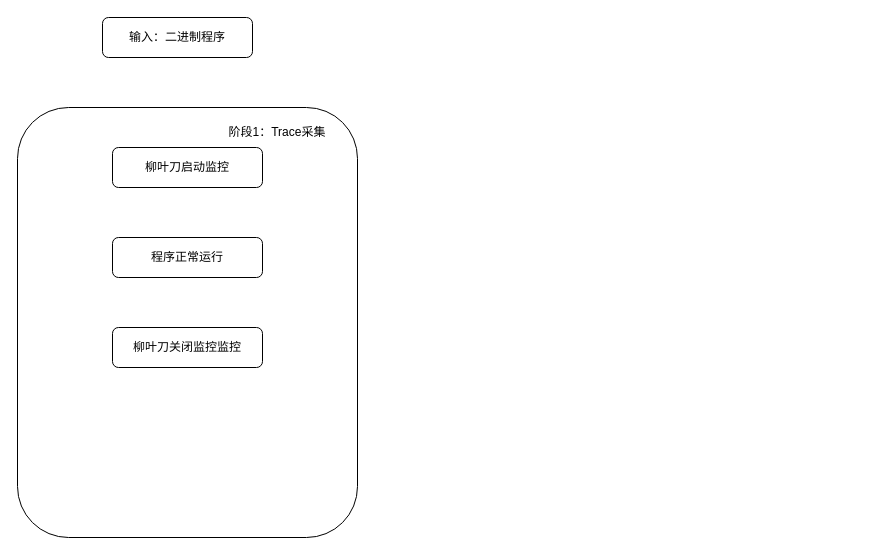
The draw.io diagram MindMap/Trace模块.drawio in hourhl/Draw-io, before the edit. Source tidied: cells renumbered, new cells numbered last; positions are measured from the earlier drawing's top-left corner, leaving out a move shared by most shapes. Both pictures are drawn from the tidied source at 100%, with x=0, y=0 at pixel (17, 17).
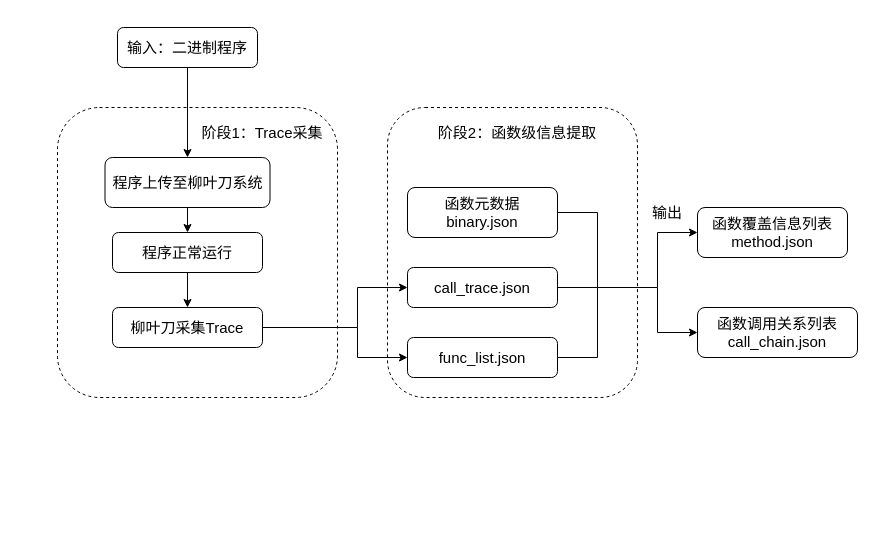
The same diagram, later.

Change to the diagram source:
```diff
@@
-    <mxCell id="2" value="输入：二进制程序" style="rounded=1;whiteSpace=wrap;html=1;" parent="1" vertex="1">
-      <mxGeometry x="85" width="150" height="40" as="geometry" />
+    <mxCell id="2" value="&lt;font style=&quot;font-size: 15px;&quot;&gt;输入：二进制程序&lt;/font&gt;" style="rounded=1;whiteSpace=wrap;html=1;" parent="1" vertex="1">
+      <mxGeometry x="100" y="10" width="140" height="40" as="geometry" />
     </mxCell>
-    <mxCell id="3" style="rounded=1;whiteSpace=wrap;html=1;" parent="1" vertex="1">
-      <mxGeometry y="90" width="340" height="430" as="geometry" />
+    <mxCell id="3" style="rounded=1;whiteSpace=wrap;html=1;dashed=1;strokeWidth=1;" parent="1" vertex="1">
+      <mxGeometry x="40" y="90" width="280" height="290" as="geometry" />
     </mxCell>
-    <mxCell id="4" value="阶段1：Trace采集" style="text;html=1;whiteSpace=wrap;strokeColor=none;fillColor=none;align=center;verticalAlign=middle;rounded=0;" parent="1" vertex="1">
-      <mxGeometry x="200" y="100" width="120" height="30" as="geometry" />
+    <mxCell id="4" value="&lt;font style=&quot;font-size: 15px;&quot;&gt;阶段1：Trace采集&lt;/font&gt;" style="text;html=1;whiteSpace=wrap;strokeColor=none;fillColor=none;align=center;verticalAlign=middle;rounded=0;" parent="1" vertex="1">
+      <mxGeometry x="180" y="100" width="130" height="30" as="geometry" />
     </mxCell>
-    <mxCell id="5" value="柳叶刀启动监控" style="rounded=1;whiteSpace=wrap;html=1;" parent="1" vertex="1">
-      <mxGeometry x="95" y="130" width="150" height="40" as="geometry" />
+    <mxCell id="5" value="&lt;font style=&quot;font-size: 15px;&quot;&gt;程序上传至柳叶刀系统&lt;/font&gt;" style="rounded=1;whiteSpace=wrap;html=1;" parent="1" vertex="1">
+      <mxGeometry x="87.5" y="140" width="165" height="50" as="geometry" />
     </mxCell>
-    <mxCell id="6" value="程序正常运行" style="rounded=1;whiteSpace=wrap;html=1;" parent="1" vertex="1">
-      <mxGeometry x="95" y="220" width="150" height="40" as="geometry" />
+    <mxCell id="6" value="&lt;font style=&quot;font-size: 15px;&quot;&gt;程序正常运行&lt;/font&gt;" style="rounded=1;whiteSpace=wrap;html=1;" parent="1" vertex="1">
+      <mxGeometry x="95" y="215" width="150" height="40" as="geometry" />
     </mxCell>
-    <mxCell id="7" value="柳叶刀关闭监控监控" style="rounded=1;whiteSpace=wrap;html=1;" parent="1" vertex="1">
-      <mxGeometry x="95" y="310" width="150" height="40" as="geometry" />
+    <mxCell id="7" value="&lt;font style=&quot;font-size: 15px;&quot;&gt;柳叶刀采集Trace&lt;/font&gt;" style="rounded=1;whiteSpace=wrap;html=1;" parent="1" vertex="1">
+      <mxGeometry x="95" y="290" width="150" height="40" as="geometry" />
     </mxCell>
+    <mxCell id="8" style="rounded=1;whiteSpace=wrap;html=1;dashed=1;" parent="1" vertex="1">
+      <mxGeometry x="370" y="90" width="250" height="290" as="geometry" />
+    </mxCell>
+    <mxCell id="9" value="&lt;font style=&quot;font-size: 15px;&quot;&gt;函数元数据&lt;/font&gt;&lt;div&gt;&lt;font style=&quot;font-size: 15px;&quot;&gt;binary.json&lt;/font&gt;&lt;/div&gt;" style="rounded=1;whiteSpace=wrap;html=1;" parent="1" vertex="1">
+      <mxGeometry x="390" y="170" width="150" height="50" as="geometry" />
+    </mxCell>
+    <mxCell id="10" value="&lt;font style=&quot;font-size: 15px;&quot;&gt;func_list.json&lt;/font&gt;" style="rounded=1;whiteSpace=wrap;html=1;" parent="1" vertex="1">
+      <mxGeometry x="390" y="320" width="150" height="40" as="geometry" />
+    </mxCell>
+    <mxCell id="11" value="&lt;font style=&quot;font-size: 15px;&quot;&gt;call_trace.json&lt;/font&gt;" style="rounded=1;whiteSpace=wrap;html=1;" parent="1" vertex="1">
+      <mxGeometry x="390" y="250" width="150" height="40" as="geometry" />
+    </mxCell>
+    <mxCell id="12" value="&lt;font style=&quot;font-size: 15px;&quot;&gt;阶段2：函数级信息提取&lt;/font&gt;" style="text;html=1;whiteSpace=wrap;strokeColor=none;fillColor=none;align=center;verticalAlign=middle;rounded=0;" parent="1" vertex="1">
+      <mxGeometry x="405" y="100" width="190" height="30" as="geometry" />
+    </mxCell>
+    <mxCell id="13" value="&lt;font style=&quot;font-size: 15px;&quot;&gt;函数覆盖信息列表&lt;/font&gt;&lt;div&gt;&lt;span style=&quot;font-size: 15px;&quot;&gt;method.json&lt;/span&gt;&lt;/div&gt;" style="rounded=1;whiteSpace=wrap;html=1;" parent="1" vertex="1">
+      <mxGeometry x="680" y="190" width="150" height="50" as="geometry" />
+    </mxCell>
+    <mxCell id="14" value="&lt;div&gt;&lt;span style=&quot;font-size: 15px;&quot;&gt;函数调用关系列&lt;/span&gt;&lt;span style=&quot;background-color: transparent; font-size: 15px; color: light-dark(rgb(0, 0, 0), rgb(255, 255, 255));&quot;&gt;表&lt;/span&gt;&lt;/div&gt;&lt;div&gt;&lt;span style=&quot;font-size: 15px; background-color: transparent; color: light-dark(rgb(0, 0, 0), rgb(255, 255, 255));&quot;&gt;call_chain.json&lt;/span&gt;&lt;/div&gt;" style="rounded=1;whiteSpace=wrap;html=1;" parent="1" vertex="1">
+      <mxGeometry x="680" y="290" width="160" height="50" as="geometry" />
+    </mxCell>
+    <mxCell id="15" style="endArrow=classic;html=1;rounded=0;exitX=0.5;exitY=1;exitDx=0;exitDy=0;" parent="1" edge="1" source="2" target="5">
+      <mxGeometry relative="1" as="geometry" />
+    </mxCell>
+    <mxCell id="16" style="endArrow=classic;html=1;rounded=0;exitX=0.5;exitY=1;exitDx=0;exitDy=0;entryX=0.5;entryY=0;entryDx=0;entryDy=0;" parent="1" edge="1" source="5" target="6">
+      <mxGeometry relative="1" as="geometry" />
+    </mxCell>
+    <mxCell id="17" style="endArrow=classic;html=1;rounded=0;exitX=0.5;exitY=1;exitDx=0;exitDy=0;entryX=0.5;entryY=0;entryDx=0;entryDy=0;" parent="1" edge="1" source="6" target="7">
+      <mxGeometry relative="1" as="geometry" />
+    </mxCell>
+    <mxCell id="18" style="endArrow=classic;html=1;rounded=0;exitX=1;exitY=0.5;exitDx=0;exitDy=0;entryX=0;entryY=0.5;entryDx=0;entryDy=0;" parent="1" edge="1" source="7" target="11">
+      <mxGeometry relative="1" as="geometry">
+        <Array as="points">
+          <mxPoint x="340" y="310" />
+          <mxPoint x="340" y="270" />
+        </Array>
+      </mxGeometry>
+    </mxCell>
+    <mxCell id="19" style="endArrow=classic;html=1;rounded=0;entryX=0;entryY=0.5;entryDx=0;entryDy=0;" parent="1" edge="1" target="10">
+      <mxGeometry relative="1" as="geometry">
+        <mxPoint x="340" y="310" as="sourcePoint" />
+        <Array as="points">
+          <mxPoint x="340" y="340" />
+        </Array>
+      </mxGeometry>
+    </mxCell>
+    <mxCell id="20" style="endArrow=classic;html=1;rounded=0;exitX=1;exitY=0.5;exitDx=0;exitDy=0;entryX=0;entryY=0.5;entryDx=0;entryDy=0;" parent="1" edge="1" source="9" target="13">
+      <mxGeometry relative="1" as="geometry">
+        <Array as="points">
+          <mxPoint x="580" y="195" />
+          <mxPoint x="580" y="270" />
+          <mxPoint x="640" y="270" />
+          <mxPoint x="640" y="215" />
+        </Array>
+      </mxGeometry>
+    </mxCell>
+    <mxCell id="21" style="endArrow=none;html=1;rounded=0;exitX=1;exitY=0.5;exitDx=0;exitDy=0;" parent="1" edge="1" source="11">
+      <mxGeometry relative="1" as="geometry">
+        <mxPoint x="580" y="270" as="targetPoint" />
+      </mxGeometry>
+    </mxCell>
+    <mxCell id="22" style="endArrow=none;html=1;rounded=0;exitX=1;exitY=0.5;exitDx=0;exitDy=0;" parent="1" edge="1" source="10">
+      <mxGeometry relative="1" as="geometry">
+        <mxPoint x="580" y="270" as="targetPoint" />
+        <Array as="points">
+          <mxPoint x="580" y="340" />
+        </Array>
+      </mxGeometry>
+    </mxCell>
+    <mxCell id="23" style="endArrow=classic;html=1;rounded=0;entryX=0;entryY=0.5;entryDx=0;entryDy=0;" parent="1" edge="1" target="14">
+      <mxGeometry relative="1" as="geometry">
+        <mxPoint x="640" y="270" as="sourcePoint" />
+        <Array as="points">
+          <mxPoint x="640" y="315" />
+        </Array>
+      </mxGeometry>
+    </mxCell>
+    <mxCell id="24" value="&lt;font style=&quot;font-size: 15px;&quot;&gt;输出&lt;/font&gt;" style="text;html=1;whiteSpace=wrap;strokeColor=none;fillColor=none;align=center;verticalAlign=middle;rounded=0;" parent="1" vertex="1">
+      <mxGeometry x="620" y="180" width="60" height="30" as="geometry" />
+    </mxCell>
```
